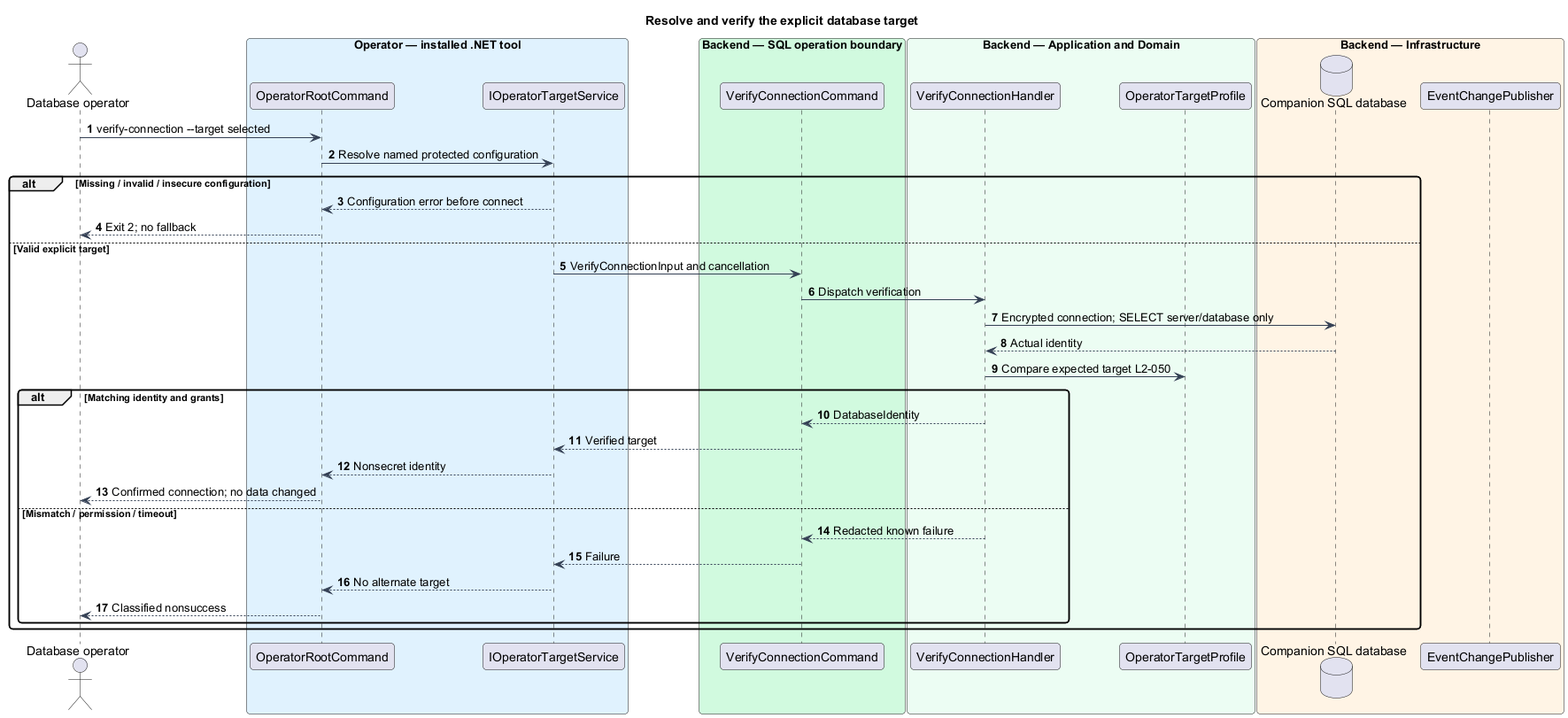
Above: docs/detailed-designs/operations/install-passcode-cli/diagrams/sequence-target.png in QuinntyneBrown/faithtech-toronto-ai-build-event (PlantUML), before the change.
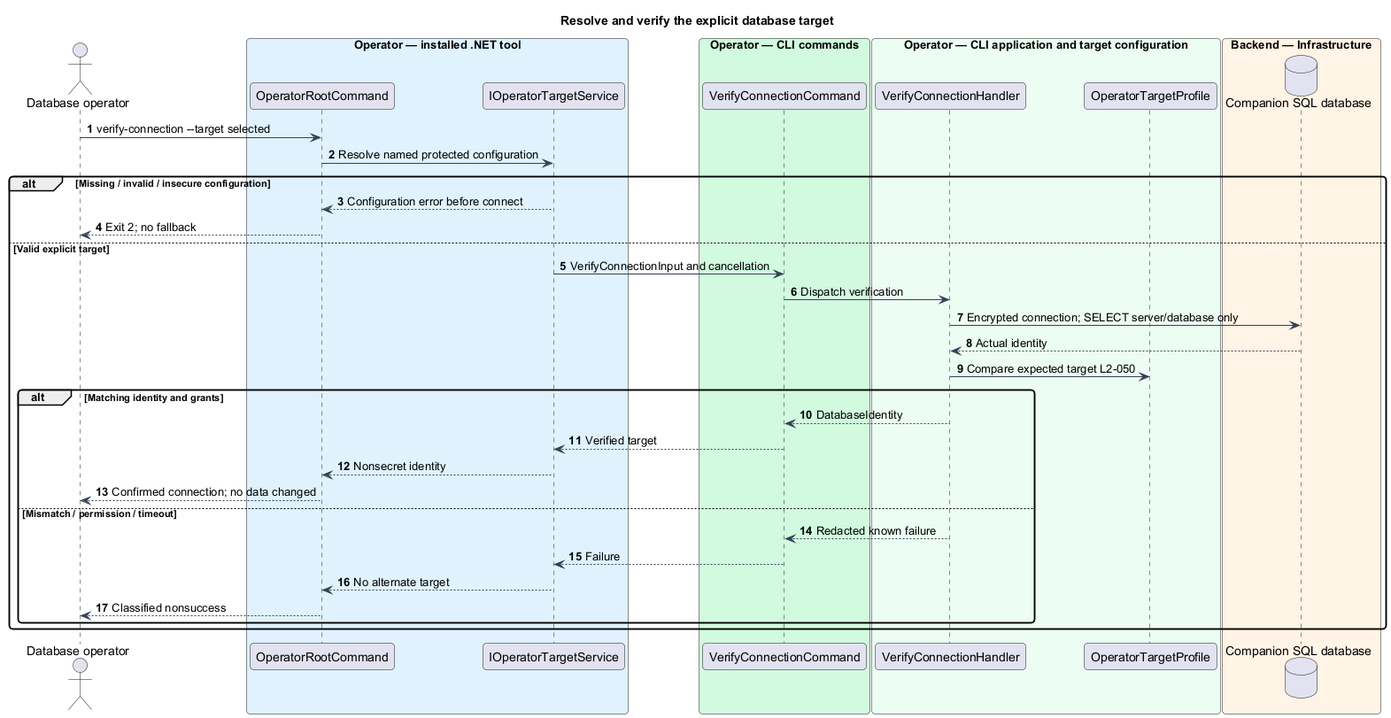
Above is the later version.

Change to the diagram source:
```diff
@@ -11,16 +11,15 @@
 participant "OperatorRootCommand" as page
 participant "IOperatorTargetService" as client
 end box
-box "Backend — SQL operation boundary" #D1FADF
+box "Operator — CLI commands" #D1FADF
 participant "VerifyConnectionCommand" as controller
 end box
-box "Backend — Application and Domain" #ECFDF3
+box "Operator — CLI application and target configuration" #ECFDF3
 participant "VerifyConnectionHandler" as handler
 participant "OperatorTargetProfile" as entity
 end box
 box "Backend — Infrastructure" #FFF4E5
 database "Companion SQL database" as db
-participant "EventChangePublisher" as push
 end box
 actor -> page : verify-connection --target selected
 page -> client : Resolve named protected configuration
```
